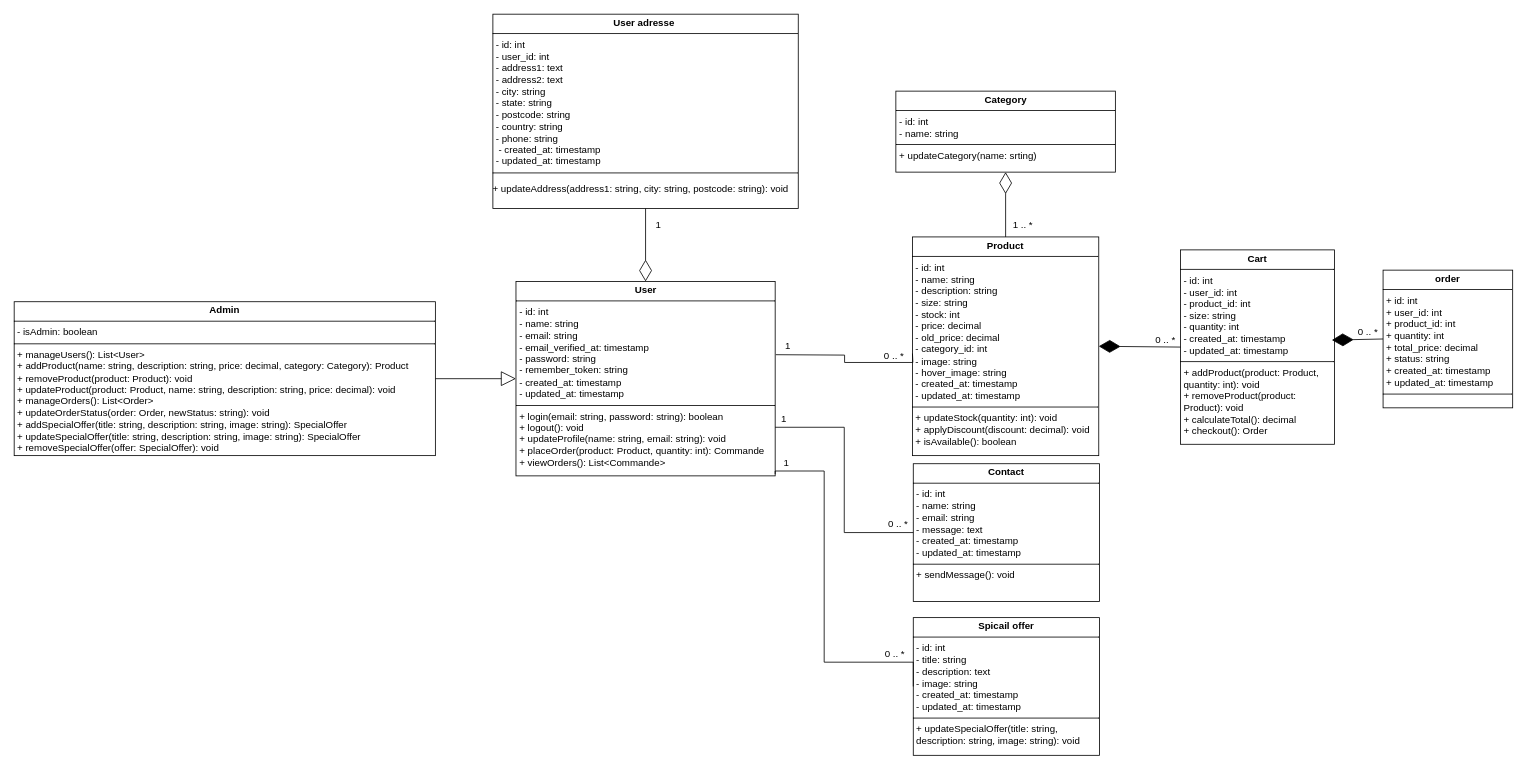
This is Diagramme de class.drawio from ItsTimonExe/BeyBey, a draw.io file, before an edit. Source tidied: cells renumbered, new cells numbered last; positions are measured from the earlier drawing's top-left corner, leaving out a move shared by most shapes. Both pictures are drawn from the tidied source at 81%, with x=0, y=0 at pixel (14, 14).
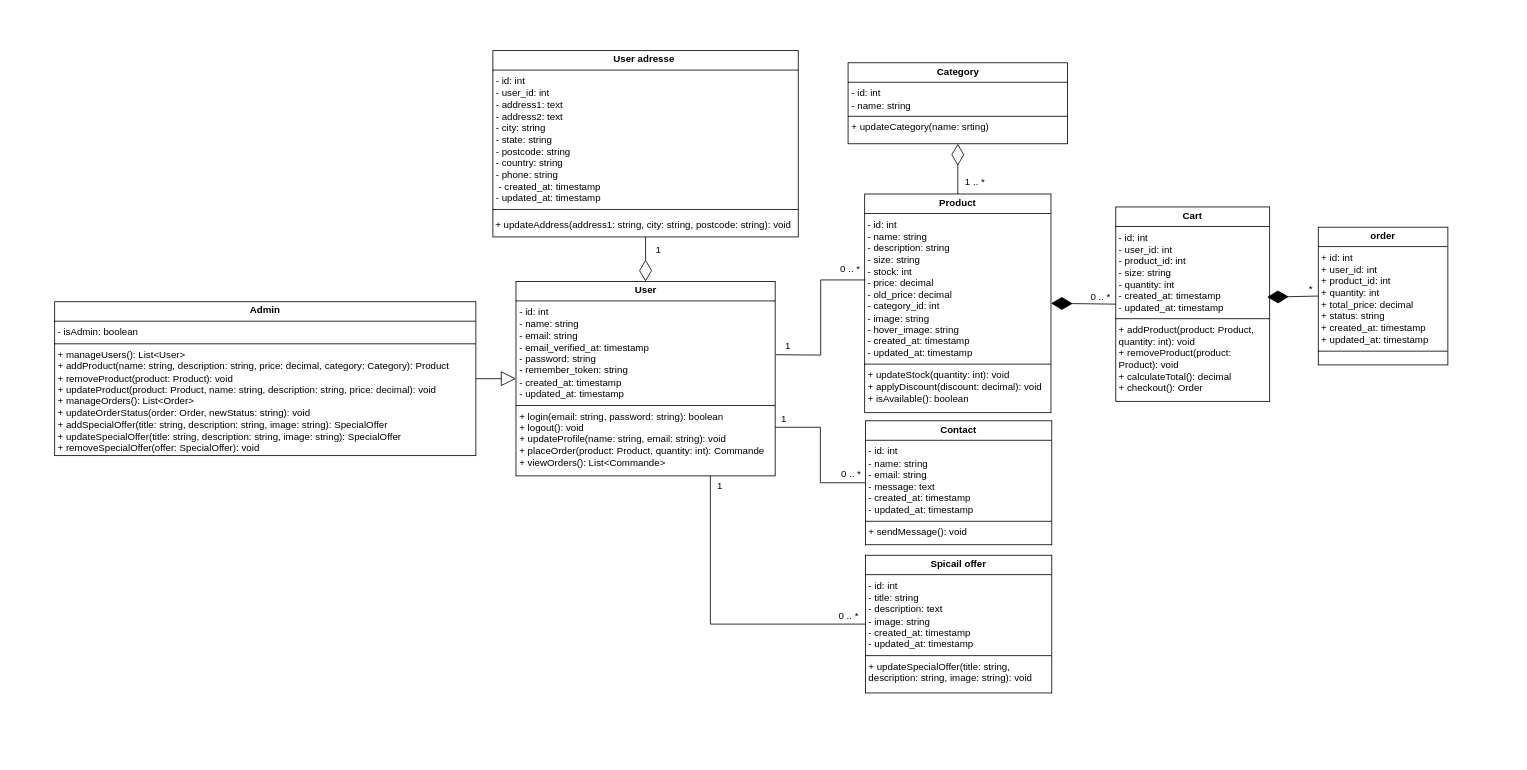
After the change.

Commit message:
Mettre à jour Diagramme de class.drawio

Unchanged cells that the change refers to:
```xml
<mxCell id="2" value="&lt;p style=&quot;margin:0px;margin-top:4px;text-align:center;&quot;&gt;&lt;b&gt;User&lt;/b&gt;&lt;/p&gt;&lt;hr size=&quot;1&quot; style=&quot;border-style:solid;&quot;&gt;&lt;p style=&quot;margin:0px;margin-left:4px;&quot;&gt;- id: int&lt;/p&gt;&lt;p style=&quot;margin:0px;margin-left:4px;&quot;&gt;- name: string&lt;/p&gt;&lt;p style=&quot;margin:0px;margin-left:4px;&quot;&gt;- email: string&lt;/p&gt;&lt;p style=&quot;margin:0px;margin-left:4px;&quot;&gt;- email_verified_at: timestamp&lt;/p&gt;&lt;p style=&quot;margin:0px;margin-left:4px;&quot;&gt;- password: string&lt;/p&gt;&lt;p style=&quot;margin:0px;margin-left:4px;&quot;&gt;&lt;span style=&quot;background-color: transparent; color: light-dark(rgb(0, 0, 0), rgb(255, 255, 255));&quot;&gt;- remember_token: string&lt;/span&gt;&lt;/p&gt;&lt;p style=&quot;margin:0px;margin-left:4px;&quot;&gt;- created_at: timestamp&amp;nbsp;&lt;/p&gt;&lt;p style=&quot;margin:0px;margin-left:4px;&quot;&gt;- updated_at: timestamp&lt;/p&gt;&lt;hr size=&quot;1&quot; style=&quot;border-style:solid;&quot;&gt;&lt;p style=&quot;margin: 0px 0px 0px 4px;&quot;&gt;+ login(email: string, password: string): boolean&amp;nbsp;&lt;/p&gt;&lt;p style=&quot;margin: 0px 0px 0px 4px;&quot;&gt;+ logout(): void&lt;/p&gt;&lt;p style=&quot;margin: 0px 0px 0px 4px;&quot;&gt;+ updateProfile(name: string, email: string): void&amp;nbsp;&lt;/p&gt;&lt;p style=&quot;margin: 0px 0px 0px 4px;&quot;&gt;+ placeOrder(product: Product, quantity: int): Commande&lt;/p&gt;&lt;p style=&quot;margin: 0px 0px 0px 4px;&quot;&gt;+ viewOrders(): List&amp;lt;Commande&amp;gt;&lt;/p&gt;&lt;p style=&quot;margin:0px;margin-left:4px;&quot;&gt;&lt;br&gt;&lt;/p&gt;&lt;p style=&quot;margin:0px;margin-left:4px;&quot;&gt;&lt;br&gt;&lt;/p&gt;&lt;p style=&quot;margin:0px;margin-left:4px;&quot;&gt;&lt;br&gt;&lt;/p&gt;" style="verticalAlign=top;align=left;overflow=fill;html=1;whiteSpace=wrap;" parent="1" vertex="1">
  <mxGeometry x="619.5" y="330" width="320" height="240" as="geometry" />
</mxCell>
```

Diff of the diagram source:
```diff
@@
     <mxCell id="3" value="&lt;p style=&quot;margin:0px;margin-top:4px;text-align:center;&quot;&gt;&lt;b&gt;Category&lt;/b&gt;&lt;/p&gt;&lt;hr size=&quot;1&quot; style=&quot;border-style:solid;&quot;&gt;&lt;p style=&quot;margin:0px;margin-left:4px;&quot;&gt;- id: int&amp;nbsp;&amp;nbsp;&lt;/p&gt;&lt;p style=&quot;margin:0px;margin-left:4px;&quot;&gt;- name: string&amp;nbsp;&lt;/p&gt;&lt;hr size=&quot;1&quot; style=&quot;border-style:solid;&quot;&gt;&lt;p style=&quot;margin: 0px 0px 0px 4px;&quot;&gt;+ updateCategory(name: srting)&lt;br&gt;&lt;/p&gt;" style="verticalAlign=top;align=left;overflow=fill;html=1;whiteSpace=wrap;" parent="1" vertex="1">
-      <mxGeometry x="1088.5" y="95" width="271" height="100" as="geometry" />
+      <mxGeometry x="1029.5" y="60" width="271" height="100" as="geometry" />
     </mxCell>
-    <mxCell id="4" value="&lt;p style=&quot;margin:0px;margin-top:4px;text-align:center;&quot;&gt;&lt;b&gt;User adresse&amp;nbsp;&lt;/b&gt;&lt;/p&gt;&lt;hr size=&quot;1&quot; style=&quot;border-style:solid;&quot;&gt;&lt;p style=&quot;margin:0px;margin-left:4px;&quot;&gt;- id: int&lt;/p&gt;&lt;p style=&quot;margin:0px;margin-left:4px;&quot;&gt;- user_id: int&lt;/p&gt;&lt;p style=&quot;margin:0px;margin-left:4px;&quot;&gt;- address1: text&lt;/p&gt;&lt;p style=&quot;margin:0px;margin-left:4px;&quot;&gt;- address2: text&amp;nbsp;&amp;nbsp;&lt;/p&gt;&lt;p style=&quot;margin:0px;margin-left:4px;&quot;&gt;- city: string&amp;nbsp; &amp;nbsp;&amp;nbsp;&lt;/p&gt;&lt;p style=&quot;margin:0px;margin-left:4px;&quot;&gt;- state: string&amp;nbsp; &amp;nbsp;&lt;/p&gt;&lt;p style=&quot;margin:0px;margin-left:4px;&quot;&gt;- postcode: string&lt;/p&gt;&lt;p style=&quot;margin:0px;margin-left:4px;&quot;&gt;- country: string&amp;nbsp;&lt;/p&gt;&lt;p style=&quot;margin:0px;margin-left:4px;&quot;&gt;- phone: string&amp;nbsp;&amp;nbsp;&lt;/p&gt;&lt;p style=&quot;margin:0px;margin-left:4px;&quot;&gt;&amp;nbsp;- created_at: timestamp&amp;nbsp;&lt;/p&gt;&lt;p style=&quot;margin:0px;margin-left:4px;&quot;&gt;- updated_at: timestamp&amp;nbsp;&lt;/p&gt;&lt;hr size=&quot;1&quot; style=&quot;border-style:solid;&quot;&gt;&lt;p&gt;+ updateAddress(address1: string, city: string, postcode: string): void&lt;/p&gt;" style="verticalAlign=top;align=left;overflow=fill;html=1;whiteSpace=wrap;" parent="1" vertex="1">
-      <mxGeometry x="591" width="377" height="240" as="geometry" />
+    <mxCell id="4" value="&lt;p style=&quot;margin:0px;margin-top:4px;text-align:center;&quot;&gt;&lt;b&gt;User adresse&amp;nbsp;&lt;/b&gt;&lt;/p&gt;&lt;hr size=&quot;1&quot; style=&quot;border-style:solid;&quot;&gt;&lt;p style=&quot;margin:0px;margin-left:4px;&quot;&gt;- id: int&lt;/p&gt;&lt;p style=&quot;margin:0px;margin-left:4px;&quot;&gt;- user_id: int&lt;/p&gt;&lt;p style=&quot;margin:0px;margin-left:4px;&quot;&gt;- address1: text&lt;/p&gt;&lt;p style=&quot;margin:0px;margin-left:4px;&quot;&gt;- address2: text&amp;nbsp;&amp;nbsp;&lt;/p&gt;&lt;p style=&quot;margin:0px;margin-left:4px;&quot;&gt;- city: string&amp;nbsp; &amp;nbsp;&amp;nbsp;&lt;/p&gt;&lt;p style=&quot;margin:0px;margin-left:4px;&quot;&gt;- state: string&amp;nbsp; &amp;nbsp;&lt;/p&gt;&lt;p style=&quot;margin:0px;margin-left:4px;&quot;&gt;- postcode: string&lt;/p&gt;&lt;p style=&quot;margin:0px;margin-left:4px;&quot;&gt;- country: string&amp;nbsp;&lt;/p&gt;&lt;p style=&quot;margin:0px;margin-left:4px;&quot;&gt;- phone: string&amp;nbsp;&amp;nbsp;&lt;/p&gt;&lt;p style=&quot;margin:0px;margin-left:4px;&quot;&gt;&amp;nbsp;- created_at: timestamp&amp;nbsp;&lt;/p&gt;&lt;p style=&quot;margin:0px;margin-left:4px;&quot;&gt;- updated_at: timestamp&amp;nbsp;&lt;/p&gt;&lt;hr size=&quot;1&quot; style=&quot;border-style:solid;&quot;&gt;&lt;p&gt;&amp;nbsp;+ updateAddress(address1: string, city: string, postcode: string): void&lt;/p&gt;" style="verticalAlign=top;align=left;overflow=fill;html=1;whiteSpace=wrap;" parent="1" vertex="1">
+      <mxGeometry x="591" y="45" width="377" height="230" as="geometry" />
     </mxCell>
     <mxCell id="5" value="&lt;p style=&quot;margin:0px;margin-top:4px;text-align:center;&quot;&gt;&lt;b&gt;Cart&lt;/b&gt;&lt;/p&gt;&lt;hr size=&quot;1&quot; style=&quot;border-style:solid;&quot;&gt;&lt;p style=&quot;margin:0px;margin-left:4px;&quot;&gt;- id: int&lt;/p&gt;&lt;p style=&quot;margin:0px;margin-left:4px;&quot;&gt;- user_id: int&lt;/p&gt;&lt;p style=&quot;margin:0px;margin-left:4px;&quot;&gt;- product_id: int&lt;span style=&quot;background-color: transparent; color: light-dark(rgb(0, 0, 0), rgb(255, 255, 255));&quot;&gt;&amp;nbsp; &amp;nbsp;&lt;/span&gt;&lt;/p&gt;&lt;p style=&quot;margin:0px;margin-left:4px;&quot;&gt;- size: string&amp;nbsp; &amp;nbsp;&amp;nbsp;&lt;/p&gt;&lt;p style=&quot;margin:0px;margin-left:4px;&quot;&gt;- quantity: int&amp;nbsp;&lt;/p&gt;&lt;p style=&quot;margin:0px;margin-left:4px;&quot;&gt;- created_at: timestamp&amp;nbsp;&lt;/p&gt;&lt;p style=&quot;margin:0px;margin-left:4px;&quot;&gt;- updated_at: timestamp&amp;nbsp;&lt;/p&gt;&lt;hr size=&quot;1&quot; style=&quot;border-style:solid;&quot;&gt;&lt;p style=&quot;margin:0px;margin-left:4px;&quot;&gt;+ addProduct(product: Product, quantity: int): void&lt;/p&gt;&lt;p style=&quot;margin:0px;margin-left:4px;&quot;&gt;+ removeProduct(product: Product): void&lt;/p&gt;&lt;p style=&quot;margin:0px;margin-left:4px;&quot;&gt;+ calculateTotal(): decimal&lt;/p&gt;&lt;p style=&quot;margin:0px;margin-left:4px;&quot;&gt;+ checkout(): Order&lt;/p&gt;&lt;p style=&quot;margin:0px;margin-left:4px;&quot;&gt;&lt;br&gt;&lt;/p&gt;" style="verticalAlign=top;align=left;overflow=fill;html=1;whiteSpace=wrap;" parent="1" vertex="1">
-      <mxGeometry x="1440" y="291" width="190" height="240" as="geometry" />
+      <mxGeometry x="1360" y="238" width="190" height="240" as="geometry" />
     </mxCell>
     <mxCell id="6" value="&lt;p style=&quot;margin:0px;margin-top:4px;text-align:center;&quot;&gt;&lt;b&gt;Admin&lt;/b&gt;&lt;/p&gt;&lt;hr size=&quot;1&quot; style=&quot;border-style:solid;&quot;&gt;&lt;p style=&quot;margin: 0px 0px 0px 4px;&quot;&gt;- isAdmin: boolean&lt;/p&gt;&lt;hr size=&quot;1&quot; style=&quot;border-style:solid;&quot;&gt;&lt;p style=&quot;margin: 0px 0px 0px 4px;&quot;&gt;+ manageUsers(): List&amp;lt;User&amp;gt;&lt;/p&gt;&lt;p style=&quot;margin: 0px 0px 0px 4px;&quot;&gt;+ addProduct(name: string, description: string, price: decimal, category: Category): Product&lt;/p&gt;&lt;p style=&quot;margin: 0px 0px 0px 4px;&quot;&gt;+ removeProduct(product: Product): void&amp;nbsp;&lt;/p&gt;&lt;p style=&quot;margin: 0px 0px 0px 4px;&quot;&gt;+ updateProduct(product: Product, name: string, description: string, price: decimal): void&lt;/p&gt;&lt;p style=&quot;margin: 0px 0px 0px 4px;&quot;&gt;+ manageOrders(): List&amp;lt;Order&amp;gt;&lt;/p&gt;&lt;p style=&quot;margin: 0px 0px 0px 4px;&quot;&gt;+ updateOrderStatus(order: Order, newStatus: string): void&amp;nbsp;&lt;/p&gt;&lt;p style=&quot;margin: 0px 0px 0px 4px;&quot;&gt;+ addSpecialOffer(title: string, description: string, image: string): SpecialOffer&amp;nbsp;&lt;/p&gt;&lt;p style=&quot;margin: 0px 0px 0px 4px;&quot;&gt;+ updateSpecialOffer(title: string, description: string, image: string): SpecialOffer&amp;nbsp;&lt;/p&gt;&lt;p style=&quot;margin: 0px 0px 0px 4px;&quot;&gt;+ removeSpecialOffer(offer: SpecialOffer): void&amp;nbsp;&lt;/p&gt;" style="verticalAlign=top;align=left;overflow=fill;html=1;whiteSpace=wrap;" parent="1" vertex="1">
-      <mxGeometry y="355" width="520" height="190" as="geometry" />
+      <mxGeometry x="50" y="355" width="520" height="190" as="geometry" />
     </mxCell>
@@
     <mxCell id="8" value="&lt;p style=&quot;margin:0px;margin-top:4px;text-align:center;&quot;&gt;&lt;b&gt;Product&lt;/b&gt;&lt;/p&gt;&lt;hr size=&quot;1&quot; style=&quot;border-style:solid;&quot;&gt;&lt;p style=&quot;margin:0px;margin-left:4px;&quot;&gt;- id: int&lt;/p&gt;&lt;p style=&quot;margin:0px;margin-left:4px;&quot;&gt;- name: string&lt;/p&gt;&lt;p style=&quot;margin:0px;margin-left:4px;&quot;&gt;- description: string&lt;/p&gt;&lt;p style=&quot;margin:0px;margin-left:4px;&quot;&gt;- size: string&lt;/p&gt;&lt;p style=&quot;margin:0px;margin-left:4px;&quot;&gt;- stock: int&lt;/p&gt;&lt;p style=&quot;margin:0px;margin-left:4px;&quot;&gt;- price: decimal&lt;/p&gt;&lt;p style=&quot;margin:0px;margin-left:4px;&quot;&gt;- old_price: decimal&lt;/p&gt;&lt;p style=&quot;margin:0px;margin-left:4px;&quot;&gt;- category_id: int&lt;/p&gt;&lt;p style=&quot;margin:0px;margin-left:4px;&quot;&gt;- image: string&lt;/p&gt;&lt;p style=&quot;margin:0px;margin-left:4px;&quot;&gt;- hover_image: string&lt;/p&gt;&lt;p style=&quot;margin:0px;margin-left:4px;&quot;&gt;- created_at: timestamp&lt;/p&gt;&lt;p style=&quot;margin:0px;margin-left:4px;&quot;&gt;- updated_at: timestamp&lt;/p&gt;&lt;hr size=&quot;1&quot; style=&quot;border-style:solid;&quot;&gt;&lt;p style=&quot;margin: 0px 0px 0px 4px;&quot;&gt;+ updateStock(quantity: int): void&amp;nbsp;&lt;/p&gt;&lt;p style=&quot;margin: 0px 0px 0px 4px;&quot;&gt;+ applyDiscount(discount: decimal): void&lt;/p&gt;&lt;p style=&quot;margin: 0px 0px 0px 4px;&quot;&gt;+ isAvailable(): boolean&amp;nbsp;&lt;/p&gt;" style="verticalAlign=top;align=left;overflow=fill;html=1;whiteSpace=wrap;" parent="1" vertex="1">
-      <mxGeometry x="1109" y="275" width="230" height="270" as="geometry" />
+      <mxGeometry x="1050" y="222" width="230" height="270" as="geometry" />
     </mxCell>
     <mxCell id="9" value="&lt;p style=&quot;margin:0px;margin-top:4px;text-align:center;&quot;&gt;&lt;b&gt;Spicail offer&lt;/b&gt;&lt;/p&gt;&lt;hr size=&quot;1&quot; style=&quot;border-style:solid;&quot;&gt;&lt;p style=&quot;margin:0px;margin-left:4px;&quot;&gt;- id: int&lt;/p&gt;&lt;p style=&quot;margin:0px;margin-left:4px;&quot;&gt;- title: string&lt;/p&gt;&lt;p style=&quot;margin:0px;margin-left:4px;&quot;&gt;- description: text&lt;/p&gt;&lt;p style=&quot;margin:0px;margin-left:4px;&quot;&gt;- image: string&lt;/p&gt;&lt;p style=&quot;margin:0px;margin-left:4px;&quot;&gt;- created_at: timestamp&lt;/p&gt;&lt;p style=&quot;margin:0px;margin-left:4px;&quot;&gt;- updated_at: timestamp&lt;/p&gt;&lt;hr size=&quot;1&quot; style=&quot;border-style:solid;&quot;&gt;&lt;p style=&quot;margin: 0px 0px 0px 4px;&quot;&gt;+ updateSpecialOffer(title: string, description: string, image: string): void&lt;/p&gt;" style="verticalAlign=top;align=left;overflow=fill;html=1;whiteSpace=wrap;" parent="1" vertex="1">
-      <mxGeometry x="1110" y="745" width="230" height="170" as="geometry" />
+      <mxGeometry x="1051" y="668" width="230" height="170" as="geometry" />
     </mxCell>
     <mxCell id="10" value="&lt;p style=&quot;margin:0px;margin-top:4px;text-align:center;&quot;&gt;&lt;b&gt;Contact&lt;/b&gt;&lt;/p&gt;&lt;hr size=&quot;1&quot; style=&quot;border-style:solid;&quot;&gt;&lt;p style=&quot;margin:0px;margin-left:4px;&quot;&gt;- id: int&lt;/p&gt;&lt;p style=&quot;margin:0px;margin-left:4px;&quot;&gt;- name: string&lt;/p&gt;&lt;p style=&quot;margin:0px;margin-left:4px;&quot;&gt;- email: string&lt;/p&gt;&lt;p style=&quot;margin:0px;margin-left:4px;&quot;&gt;- message: text&lt;/p&gt;&lt;p style=&quot;margin:0px;margin-left:4px;&quot;&gt;- created_at: timestamp&lt;/p&gt;&lt;p style=&quot;margin:0px;margin-left:4px;&quot;&gt;- updated_at: timestamp&lt;/p&gt;&lt;hr size=&quot;1&quot; style=&quot;border-style:solid;&quot;&gt;&lt;p style=&quot;margin: 0px 0px 0px 4px;&quot;&gt;+ sendMessage(): void&lt;/p&gt;" style="verticalAlign=top;align=left;overflow=fill;html=1;whiteSpace=wrap;" parent="1" vertex="1">
-      <mxGeometry x="1110" y="555" width="230" height="170" as="geometry" />
+      <mxGeometry x="1051" y="502" width="230" height="153" as="geometry" />
     </mxCell>
@@
-    <mxCell id="13" style="endArrow=none;html=1;edgeStyle=orthogonalEdgeStyle;rounded=0;exitX=1.001;exitY=0.357;exitDx=0;exitDy=0;entryX=0;entryY=0.5;entryDx=0;entryDy=0;exitPerimeter=0;" parent="1" edge="1">
+    <mxCell id="13" style="endArrow=none;html=1;edgeStyle=orthogonalEdgeStyle;rounded=0;exitX=1.001;exitY=0.357;exitDx=0;exitDy=0;entryX=0.004;entryY=0.393;entryDx=0;entryDy=0;exitPerimeter=0;entryPerimeter=0;" parent="1" edge="1" target="8">
       <mxGeometry relative="1" as="geometry">
         <mxPoint x="940.3" y="420.4" as="sourcePoint" />
-        <mxPoint x="1109" y="419" as="targetPoint" />
       </mxGeometry>
     </mxCell>
@@
     <mxCell id="18" value="1" style="text;html=1;align=center;verticalAlign=middle;strokeColor=none;fillColor=none;" parent="1" vertex="1">
-      <mxGeometry x="938" y="539" width="30" height="30" as="geometry" />
+      <mxGeometry x="856" y="568" width="30" height="30" as="geometry" />
     </mxCell>
     <mxCell id="19" value="1" style="text;html=1;align=center;verticalAlign=middle;strokeColor=none;fillColor=none;" parent="1" vertex="1">
-      <mxGeometry x="780" y="245" width="30" height="30" as="geometry" />
+      <mxGeometry x="780" y="276" width="30" height="30" as="geometry" />
     </mxCell>
     <mxCell id="20" value="0 .. *" style="text;html=1;align=center;verticalAlign=middle;strokeColor=none;fillColor=none;" parent="1" vertex="1">
-      <mxGeometry x="1396" y="387" width="50" height="30" as="geometry" />
+      <mxGeometry x="1316" y="334" width="50" height="30" as="geometry" />
     </mxCell>
     <mxCell id="21" value="0 .. *" style="text;html=1;align=center;verticalAlign=middle;strokeColor=none;fillColor=none;" parent="1" vertex="1">
-      <mxGeometry x="1066" y="615" width="50" height="30" as="geometry" />
+      <mxGeometry x="1008" y="553" width="50" height="30" as="geometry" />
     </mxCell>
-    <mxCell id="22" style="endArrow=none;html=1;edgeStyle=orthogonalEdgeStyle;rounded=0;entryX=0;entryY=0.5;entryDx=0;entryDy=0;exitX=1;exitY=0.991;exitDx=0;exitDy=0;exitPerimeter=0;" parent="1" edge="1" source="2" target="9">
-      <mxGeometry relative="1" as="geometry">
-        <Array as="points">
-          <mxPoint x="940" y="564" />
-          <mxPoint x="1000" y="564" />
-          <mxPoint x="1000" y="800" />
-          <mxPoint x="1110" y="800" />
-        </Array>
-      </mxGeometry>
-    </mxCell>
     <mxCell id="23" value="0 .. *" style="text;html=1;align=center;verticalAlign=middle;strokeColor=none;fillColor=none;" parent="1" vertex="1">
-      <mxGeometry x="1062" y="775" width="50" height="30" as="geometry" />
+      <mxGeometry x="1005" y="728" width="50" height="30" as="geometry" />
     </mxCell>
     <mxCell id="24" value="&lt;p style=&quot;margin:0px;margin-top:4px;text-align:center;&quot;&gt;&lt;b&gt;order&lt;/b&gt;&lt;/p&gt;&lt;hr size=&quot;1&quot; style=&quot;border-style:solid;&quot;&gt;&lt;p style=&quot;margin:0px;margin-left:4px;&quot;&gt;+ id: int&lt;/p&gt;&lt;p style=&quot;margin:0px;margin-left:4px;&quot;&gt;+ user_id: int&lt;/p&gt;&lt;p style=&quot;margin:0px;margin-left:4px;&quot;&gt;+ product_id: int&lt;/p&gt;&lt;p style=&quot;margin:0px;margin-left:4px;&quot;&gt;+ quantity: int&lt;/p&gt;&lt;p style=&quot;margin:0px;margin-left:4px;&quot;&gt;+ total_price: decimal&lt;/p&gt;&lt;p style=&quot;margin:0px;margin-left:4px;&quot;&gt;+ status: string&amp;nbsp;&lt;/p&gt;&lt;p style=&quot;margin:0px;margin-left:4px;&quot;&gt;+ created_at: timestamp&lt;/p&gt;&lt;p style=&quot;margin:0px;margin-left:4px;&quot;&gt;+ updated_at: timestamp&lt;/p&gt;&lt;hr size=&quot;1&quot; style=&quot;border-style:solid;&quot;&gt;&lt;p style=&quot;margin:0px;margin-left:4px;&quot;&gt;&lt;br&gt;&lt;/p&gt;" style="verticalAlign=top;align=left;overflow=fill;html=1;whiteSpace=wrap;" parent="1" vertex="1">
-      <mxGeometry x="1690" y="316" width="160" height="170" as="geometry" />
+      <mxGeometry x="1610" y="263" width="160" height="170" as="geometry" />
     </mxCell>
@@
     <mxCell id="26" value="1 .. *" style="text;html=1;align=center;verticalAlign=middle;strokeColor=none;fillColor=none;" parent="1" vertex="1">
-      <mxGeometry x="1220" y="245" width="50" height="30" as="geometry" />
+      <mxGeometry x="1161" y="192" width="50" height="30" as="geometry" />
     </mxCell>
-    <mxCell id="27" value="0 .. *" style="text;html=1;align=center;verticalAlign=middle;strokeColor=none;fillColor=none;" parent="1" vertex="1">
-      <mxGeometry x="1646" y="378" width="50" height="30" as="geometry" />
+    <mxCell id="27" value="&amp;nbsp;*" style="text;html=1;align=center;verticalAlign=middle;strokeColor=none;fillColor=none;" parent="1" vertex="1">
+      <mxGeometry x="1584" y="325" width="30" height="30" as="geometry" />
     </mxCell>
     <mxCell id="28" value="0 .. *" style="text;html=1;align=center;verticalAlign=middle;strokeColor=none;fillColor=none;" parent="1" vertex="1">
-      <mxGeometry x="1061" y="407" width="50" height="30" as="geometry" />
+      <mxGeometry x="1007" y="300" width="50" height="30" as="geometry" />
     </mxCell>
+    <mxCell id="22" style="endArrow=none;html=1;edgeStyle=orthogonalEdgeStyle;rounded=0;exitX=0.75;exitY=1;exitDx=0;exitDy=0;entryX=0;entryY=0.5;entryDx=0;entryDy=0;" parent="1" edge="1" source="2" target="9">
+      <mxGeometry relative="1" as="geometry" />
+    </mxCell>
```
